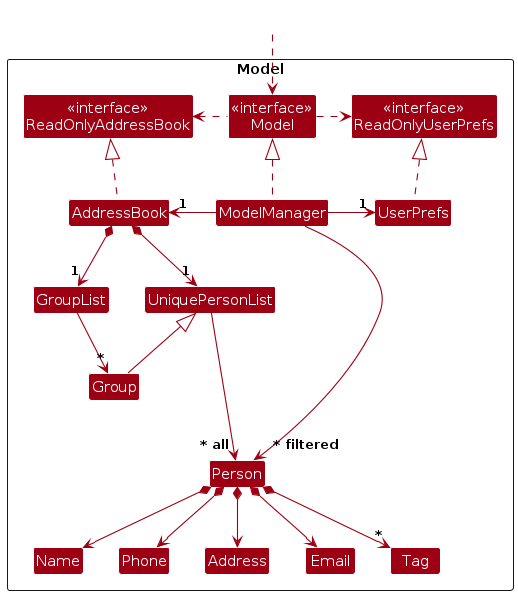
Above: diagrams/ModelClassDiagram.png in AY2425S1-CS2103T-T16-3/tp (PlantUML), before the change. Its source is kept beside it as diagrams/ModelClassDiagram.puml. Source of this version:
```plantuml
@startuml
!include style.puml
skinparam arrowThickness 1.1
skinparam arrowColor MODEL_COLOR
skinparam classBackgroundColor MODEL_COLOR

Package Model as ModelPackage <<Rectangle>>{
Class "<<interface>>\nReadOnlyAddressBook" as ReadOnlyAddressBook
Class "<<interface>>\nReadOnlyUserPrefs" as ReadOnlyUserPrefs
Class "<<interface>>\nModel" as Model
Class AddressBook
Class ModelManager
Class UserPrefs

Class UniquePersonList
Class GroupList
Class Group
Class Person
Class Address
Class Email
Class Name
Class Phone
Class Tag

Class I #FFFFFF
}

Class HiddenOutside #FFFFFF
HiddenOutside ..> Model

AddressBook .up.|> ReadOnlyAddressBook

ModelManager .up.|> Model
Model .right.> ReadOnlyUserPrefs
Model .left.> ReadOnlyAddressBook
ModelManager -left-> "1" AddressBook
ModelManager -right-> "1" UserPrefs
UserPrefs .up.|> ReadOnlyUserPrefs

AddressBook *--> "1" UniquePersonList
AddressBook *--> "1" GroupList
GroupList -[hidden]right-> UniquePersonList

GroupList --> "*" Group
Group -up-|> UniquePersonList

UniquePersonList --> "~* all" Person
Person *--> Name
Person *--> Phone
Person *--> Email
Person *--> Address
Person *--> "*" Tag

Person -[hidden]up--> I
UniquePersonList -[hidden]right-> I

Name -[hidden]right-> Phone
Phone -[hidden]right-> Address
Address -[hidden]right-> Email

ModelManager -[norank]-> "~* filtered" Person
@enduml
```
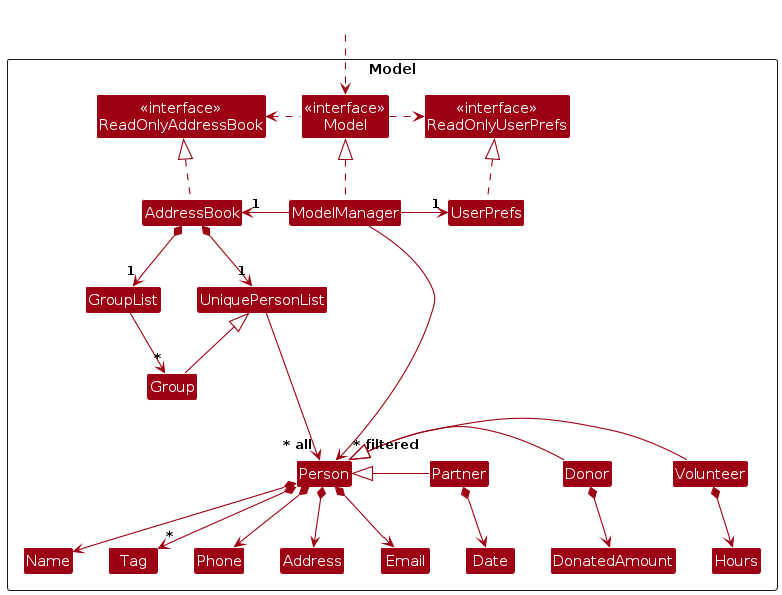
After the change.

What changed in the source:
```diff
@@ -21,6 +21,12 @@
 Class Name
 Class Phone
 Class Tag
+Class Volunteer
+Class Donor
+Class Partner
+Class Hours
+Class DonatedAmount
+Class Date
 
 Class I #FFFFFF
 }
@@ -50,6 +56,12 @@
 Person *--> Email
 Person *--> Address
 Person *--> "*" Tag
+Volunteer -left-|> Person
+Donor -left-|> Person
+Partner -left-|> Person
+Volunteer *-->Hours
+Donor *--> DonatedAmount
+Partner *--> Date
 
 Person -[hidden]up--> I
 UniquePersonList -[hidden]right-> I
```
